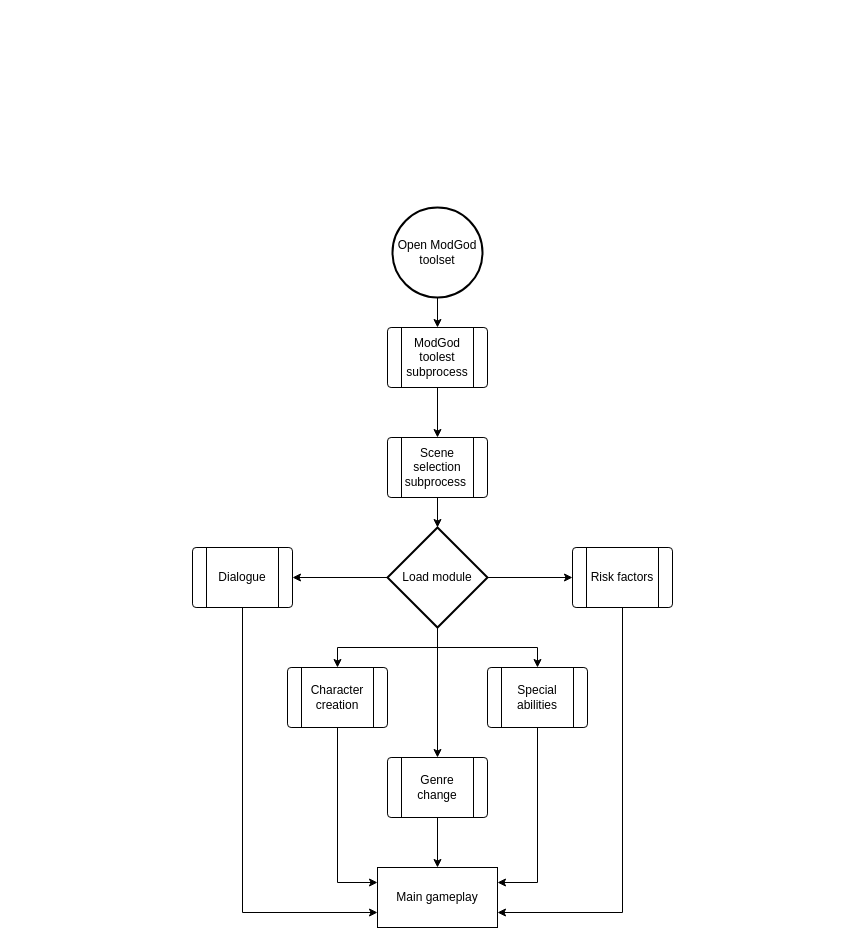
Earlier version of the draw.io diagram Phase2/Flowcharts/modgodToolset/MainModGodOverview.drawio (RPG-Research/bcirpg). Source tidied: cells renumbered, new cells numbered last; positions are measured from the earlier drawing's top-left corner, leaving out a move shared by most shapes. Both pictures are drawn from the tidied source at 100%, with x=0, y=0 at pixel (192, 207).
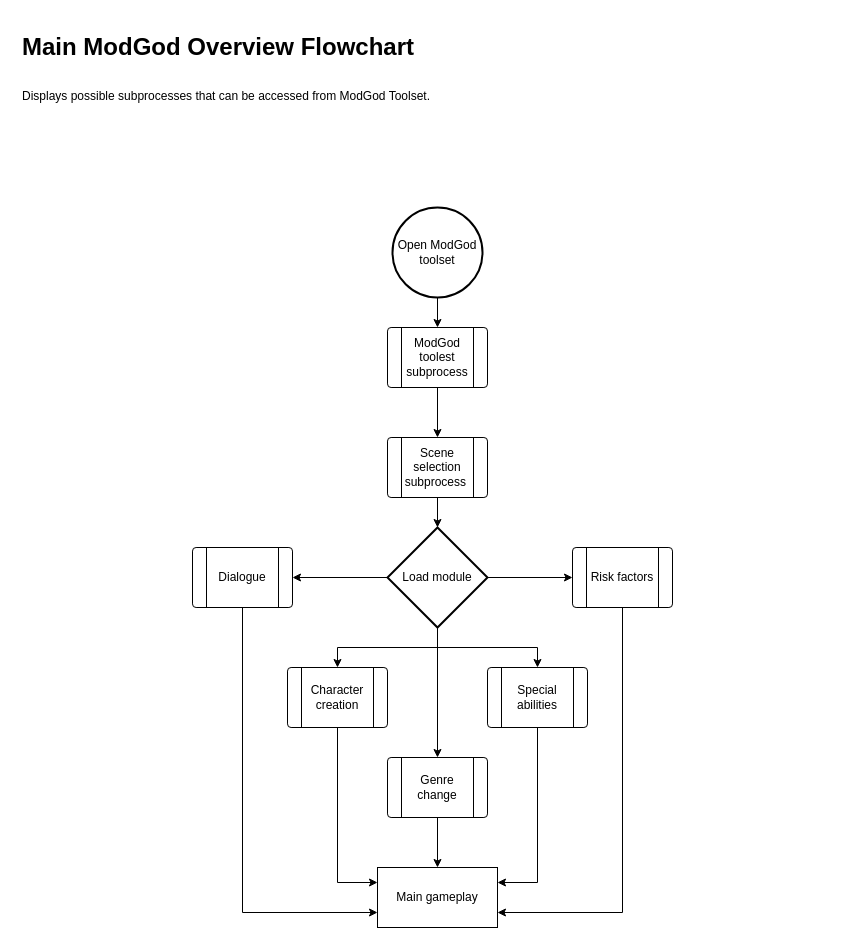
After the change.

Change to the diagram source:
```diff
@@
+    <mxCell id="25" value="&lt;h1&gt;&lt;span style=&quot;background-color: initial;&quot;&gt;Main ModGod Overview Flowchart&lt;/span&gt;&lt;/h1&gt;&lt;h1&gt;&lt;span style=&quot;background-color: initial; font-size: 12px; font-weight: normal;&quot;&gt;Displays possible subprocesses that can be accessed from ModGod Toolset.&lt;/span&gt;&lt;br&gt;&lt;/h1&gt;" style="text;html=1;strokeColor=none;fillColor=none;spacing=5;spacingTop=-20;whiteSpace=wrap;overflow=hidden;rounded=0;" parent="1" vertex="1">
+      <mxGeometry x="-175" y="-180" width="830" height="120" as="geometry" />
+    </mxCell>
```
